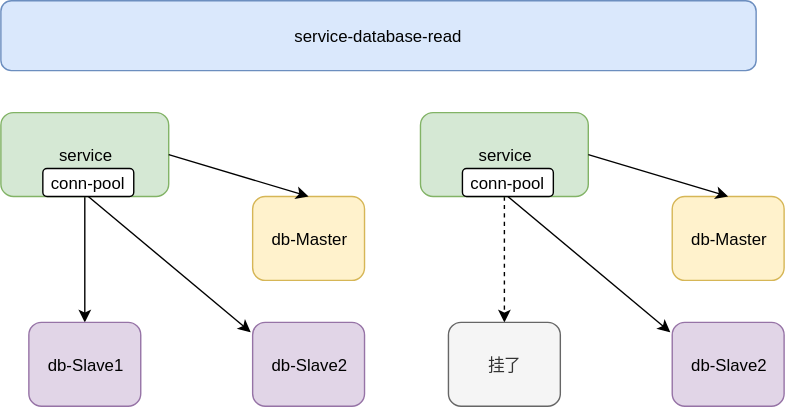
Above: 19-基础设施/00-网关/00-Nginx/images/service-database-read.svg in cd-home/Root (draw.io), before the change. Source tidied: cells renumbered, new cells last; positions are measured from the earlier drawing's top-left corner, leaving out a move shared by most shapes.
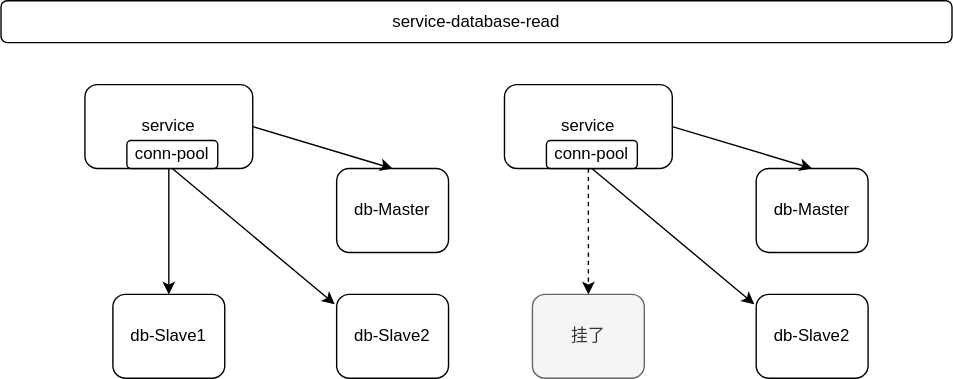
Later version of the same file.

Change to the diagram source:
```diff
@@ -2,22 +2,22 @@
   <root>
     <mxCell id="0" />
     <mxCell id="1" parent="0" />
-    <mxCell id="2" value="service-database-read" style="rounded=1;whiteSpace=wrap;html=1;fillColor=#dae8fc;strokeColor=#6c8ebf;" parent="1" vertex="1">
-      <mxGeometry width="540" height="50" as="geometry" />
+    <mxCell id="2" value="service-database-read" style="rounded=1;whiteSpace=wrap;html=1;" parent="1" vertex="1">
+      <mxGeometry x="-60" y="20" width="680" height="30" as="geometry" />
     </mxCell>
     <mxCell id="3" style="edgeStyle=orthogonalEdgeStyle;rounded=0;jettySize=auto;html=1;startArrow=none;startFill=0;" parent="1" edge="1" source="4" target="6">
       <mxGeometry relative="1" as="geometry" />
     </mxCell>
-    <mxCell id="4" value="service" style="rounded=1;whiteSpace=wrap;html=1;fillColor=#d5e8d4;strokeColor=#82b366;" parent="1" vertex="1">
+    <mxCell id="4" value="service" style="rounded=1;whiteSpace=wrap;html=1;" parent="1" vertex="1">
       <mxGeometry y="80" width="120" height="60" as="geometry" />
     </mxCell>
-    <mxCell id="5" value="db-Master" style="rounded=1;whiteSpace=wrap;html=1;fillColor=#fff2cc;strokeColor=#d6b656;" parent="1" vertex="1">
+    <mxCell id="5" value="db-Master" style="rounded=1;whiteSpace=wrap;html=1;" parent="1" vertex="1">
       <mxGeometry x="180" y="140" width="80" height="60" as="geometry" />
     </mxCell>
-    <mxCell id="6" value="db-Slave1" style="rounded=1;whiteSpace=wrap;html=1;fillColor=#e1d5e7;strokeColor=#9673a6;" parent="1" vertex="1">
+    <mxCell id="6" value="db-Slave1" style="rounded=1;whiteSpace=wrap;html=1;" parent="1" vertex="1">
       <mxGeometry x="20" y="230" width="80" height="60" as="geometry" />
     </mxCell>
-    <mxCell id="7" value="db-Slave2" style="rounded=1;whiteSpace=wrap;html=1;fillColor=#e1d5e7;strokeColor=#9673a6;" parent="1" vertex="1">
+    <mxCell id="7" value="db-Slave2" style="rounded=1;whiteSpace=wrap;html=1;" parent="1" vertex="1">
       <mxGeometry x="180" y="230" width="80" height="60" as="geometry" />
     </mxCell>
     <mxCell id="8" value="conn-pool" style="rounded=1;whiteSpace=wrap;html=1;" parent="1" vertex="1">
@@ -32,16 +32,16 @@
     <mxCell id="11" style="edgeStyle=orthogonalEdgeStyle;rounded=0;jettySize=auto;html=1;startArrow=none;startFill=0;dashed=1;" parent="1" edge="1" source="12" target="14">
       <mxGeometry relative="1" as="geometry" />
     </mxCell>
-    <mxCell id="12" value="service" style="rounded=1;whiteSpace=wrap;html=1;fillColor=#d5e8d4;strokeColor=#82b366;" parent="1" vertex="1">
+    <mxCell id="12" value="service" style="rounded=1;whiteSpace=wrap;html=1;" parent="1" vertex="1">
       <mxGeometry x="300" y="80" width="120" height="60" as="geometry" />
     </mxCell>
-    <mxCell id="13" value="db-Master" style="rounded=1;whiteSpace=wrap;html=1;fillColor=#fff2cc;strokeColor=#d6b656;" parent="1" vertex="1">
+    <mxCell id="13" value="db-Master" style="rounded=1;whiteSpace=wrap;html=1;" parent="1" vertex="1">
       <mxGeometry x="480" y="140" width="80" height="60" as="geometry" />
     </mxCell>
     <mxCell id="14" value="挂了" style="rounded=1;whiteSpace=wrap;html=1;fillColor=#f5f5f5;strokeColor=#666666;fontColor=#333333;" parent="1" vertex="1">
       <mxGeometry x="320" y="230" width="80" height="60" as="geometry" />
     </mxCell>
-    <mxCell id="15" value="db-Slave2" style="rounded=1;whiteSpace=wrap;html=1;fillColor=#e1d5e7;strokeColor=#9673a6;" parent="1" vertex="1">
+    <mxCell id="15" value="db-Slave2" style="rounded=1;whiteSpace=wrap;html=1;" parent="1" vertex="1">
       <mxGeometry x="480" y="230" width="80" height="60" as="geometry" />
     </mxCell>
     <mxCell id="16" value="conn-pool" style="rounded=1;whiteSpace=wrap;html=1;" parent="1" vertex="1">
```
